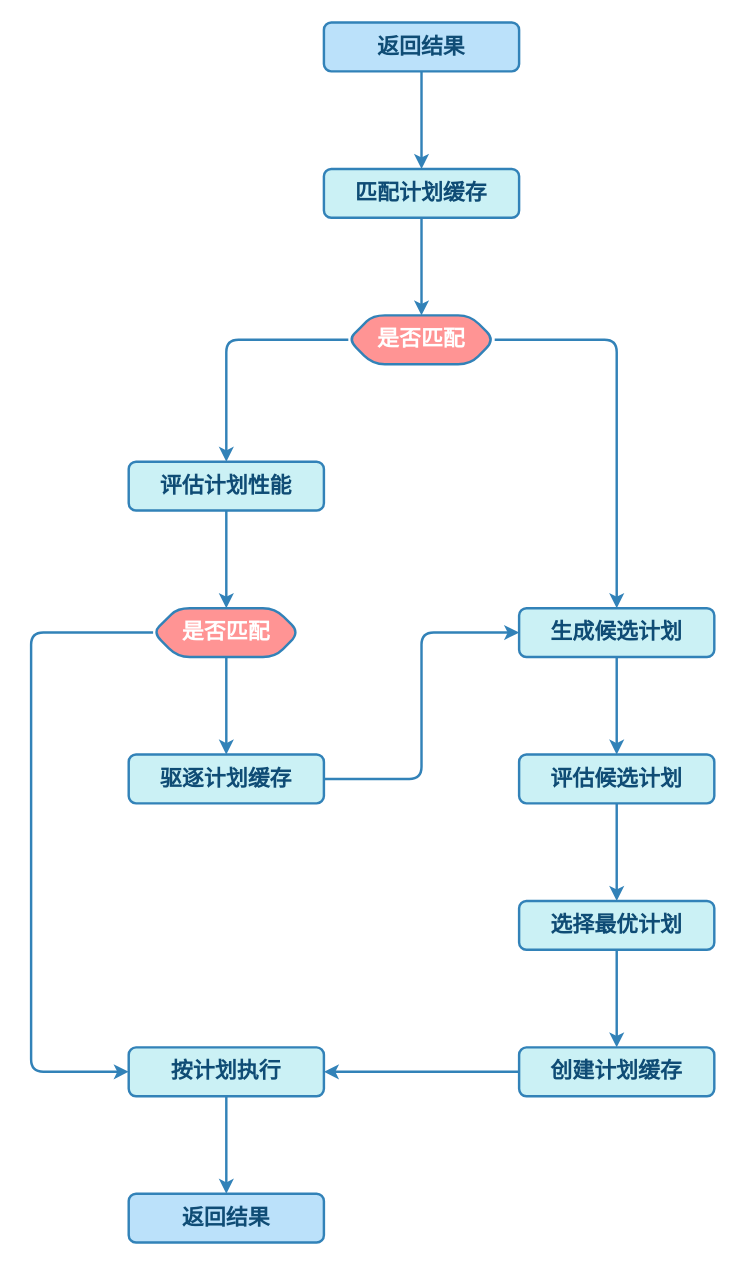
dunwu/waterdrop keeps this draw.io diagram as assets/数据库/文档数据库/MongoDB_索引.drawio. Above is the earlier version. Source tidied: cells renumbered, new cells numbered last; positions are measured from the earlier drawing's top-left corner, leaving out a move shared by most shapes. Both pictures are drawn from the tidied source at 122%, with x=0, y=0 at pixel (30, 22).
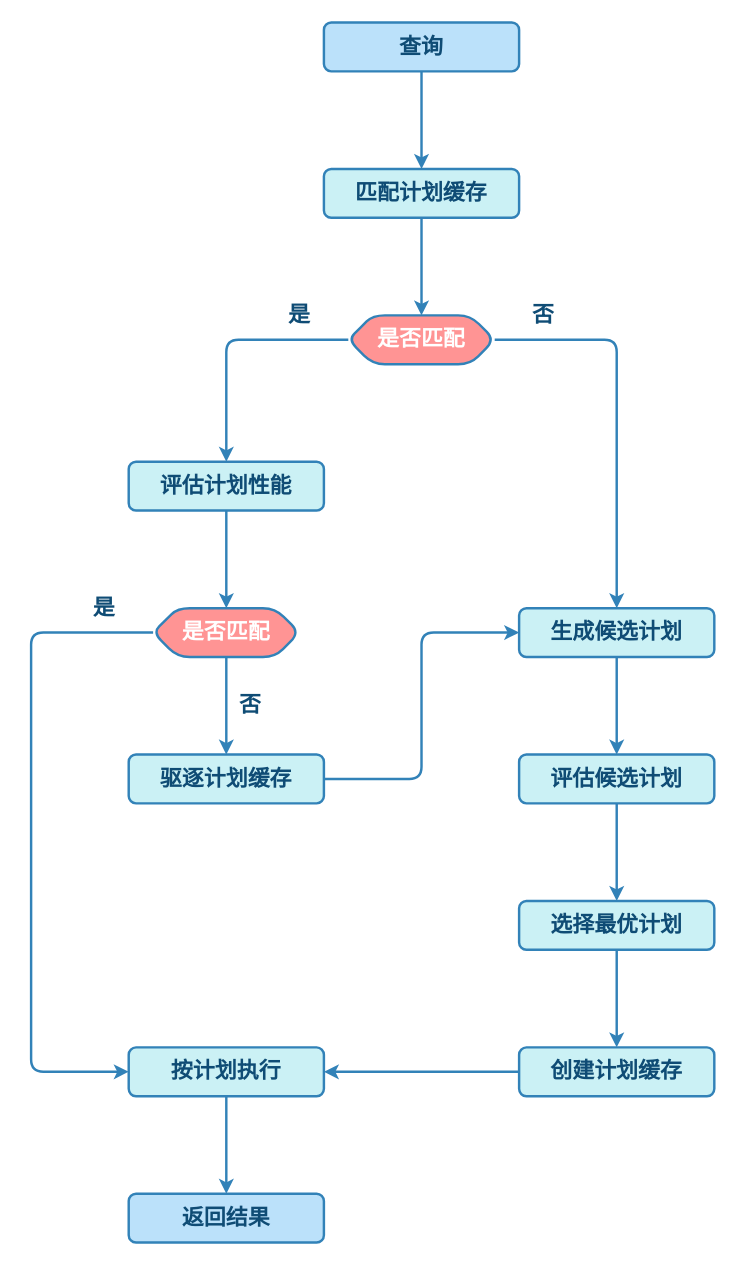
Above is the later version.

Diff of the diagram source:
```diff
@@
-    <mxCell id="26" value="返回结果" style="rounded=1;whiteSpace=wrap;html=1;fontFamily=Comic Sans MS;fontStyle=1;labelBackgroundColor=none;fillColor=#BBE1FA;strokeColor=#3282B8;fontColor=#0F4C75;shadow=0;fontSize=18;verticalAlign=middle;strokeWidth=2;" parent="1" vertex="1">
+    <mxCell id="26" value="查询" style="rounded=1;whiteSpace=wrap;html=1;fontFamily=Comic Sans MS;fontStyle=1;labelBackgroundColor=none;fillColor=#BBE1FA;strokeColor=#3282B8;fontColor=#0F4C75;shadow=0;fontSize=18;verticalAlign=middle;strokeWidth=2;" parent="1" vertex="1">
       <mxGeometry x="240" width="160" height="40" as="geometry" />
     </mxCell>
+    <mxCell id="27" value="是" style="rounded=1;whiteSpace=wrap;html=1;fontFamily=Comic Sans MS;fontStyle=1;labelBackgroundColor=none;fillColor=none;strokeColor=none;fontColor=#0F4C75;shadow=0;fontSize=18;verticalAlign=middle;strokeWidth=2;" parent="1" vertex="1">
+      <mxGeometry x="200" y="220" width="40" height="40" as="geometry" />
+    </mxCell>
+    <mxCell id="28" value="否" style="rounded=1;whiteSpace=wrap;html=1;fontFamily=Comic Sans MS;fontStyle=1;labelBackgroundColor=none;fillColor=none;strokeColor=none;fontColor=#0F4C75;shadow=0;fontSize=18;verticalAlign=middle;strokeWidth=2;" parent="1" vertex="1">
+      <mxGeometry x="400" y="220" width="40" height="40" as="geometry" />
+    </mxCell>
+    <mxCell id="29" value="是" style="rounded=1;whiteSpace=wrap;html=1;fontFamily=Comic Sans MS;fontStyle=1;labelBackgroundColor=none;fillColor=none;strokeColor=none;fontColor=#0F4C75;shadow=0;fontSize=18;verticalAlign=middle;strokeWidth=2;" parent="1" vertex="1">
+      <mxGeometry x="40" y="460" width="40" height="40" as="geometry" />
+    </mxCell>
+    <mxCell id="30" value="否" style="rounded=1;whiteSpace=wrap;html=1;fontFamily=Comic Sans MS;fontStyle=1;labelBackgroundColor=none;fillColor=none;strokeColor=none;fontColor=#0F4C75;shadow=0;fontSize=18;verticalAlign=middle;strokeWidth=2;" parent="1" vertex="1">
+      <mxGeometry x="160" y="540" width="40" height="40" as="geometry" />
+    </mxCell>
```
